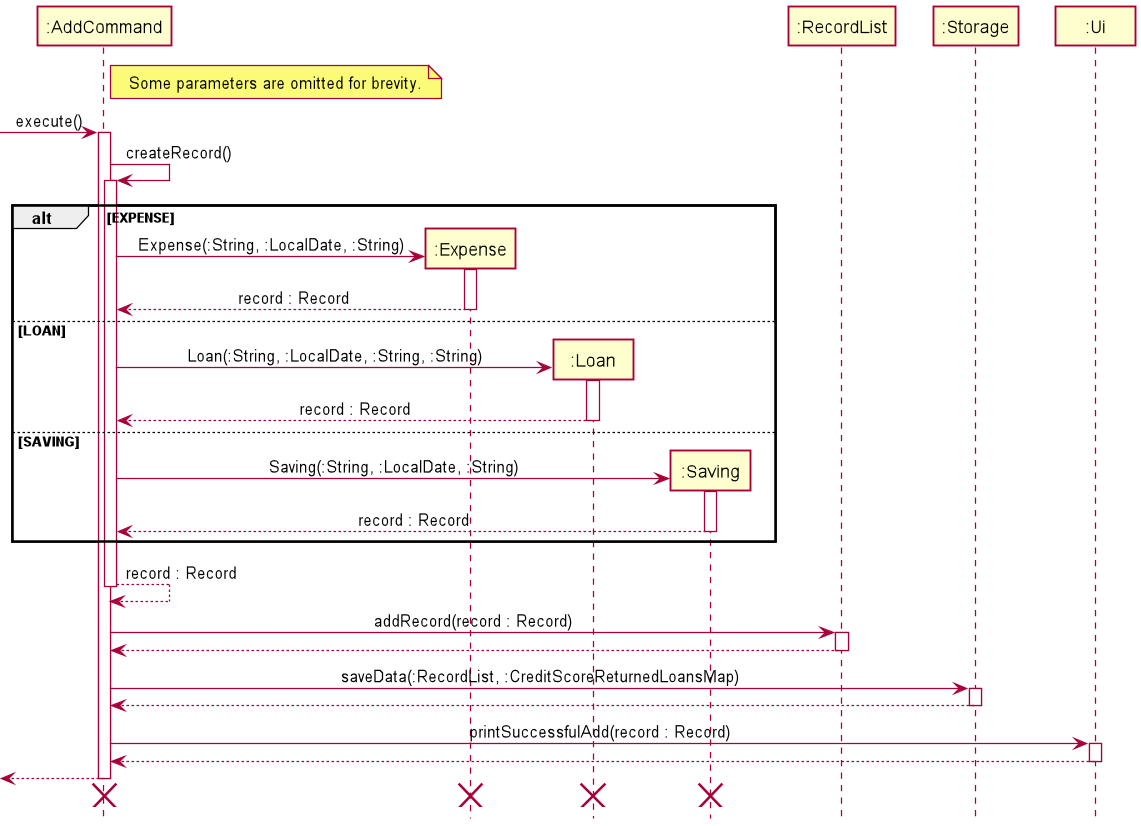
The PlantUML diagram docs/img/AddFeatureSequenceDiagram.png in nus-cs2113-AY2021S2/tp, before a commit. Its diagram source:
```plantuml
@startuml
!include style.puml

Participant ":AddCommand" as AddCommand
Participant ":Expense" as Expense
Participant ":Loan" as Loan
Participant ":Saving" as Saving
Participant ":RecordList" as RecordList
Participant ":Storage" as Storage
Participant ":Ui" as UI

note right of AddCommand
    Some parameters are omitted for brevity.
end note

[-> AddCommand : execute()
activate AddCommand

AddCommand -> AddCommand : createRecord()
activate AddCommand
alt EXPENSE
    create Expense
    AddCommand -> Expense : Expense(:String, :LocalDate, :String)
    activate Expense
    Expense --> AddCommand : record : Record
    deactivate Expense
else LOAN
    create Loan
    AddCommand -> Loan : Loan(:String, :LocalDate, :String, :String)
    activate Loan
    Loan --> AddCommand : record : Record
    deactivate Loan
else SAVING
    create Saving
    AddCommand -> Saving : Saving(:String, :LocalDate, :String)
    activate Saving
    Saving --> AddCommand : record : Record
    deactivate Saving
end
AddCommand --> AddCommand : record : Record
deactivate AddCommand

AddCommand -> RecordList : addRecord(record : Record)
activate RecordList
RecordList --> AddCommand
deactivate RecordList

AddCommand -> Storage : saveData(:RecordList, :CreditScoreReturnedLoansMap)
activate Storage
Storage --> AddCommand
deactivate Storage

AddCommand -> UI : printSuccessfulAdd(record : Record)
activate UI
UI --> AddCommand
deactivate UI

[<-- AddCommand
deactivate AddCommand
[<-[hidden]- AddCommand
destroy AddCommand
destroy Expense
destroy Loan
destroy Saving

@enduml
```
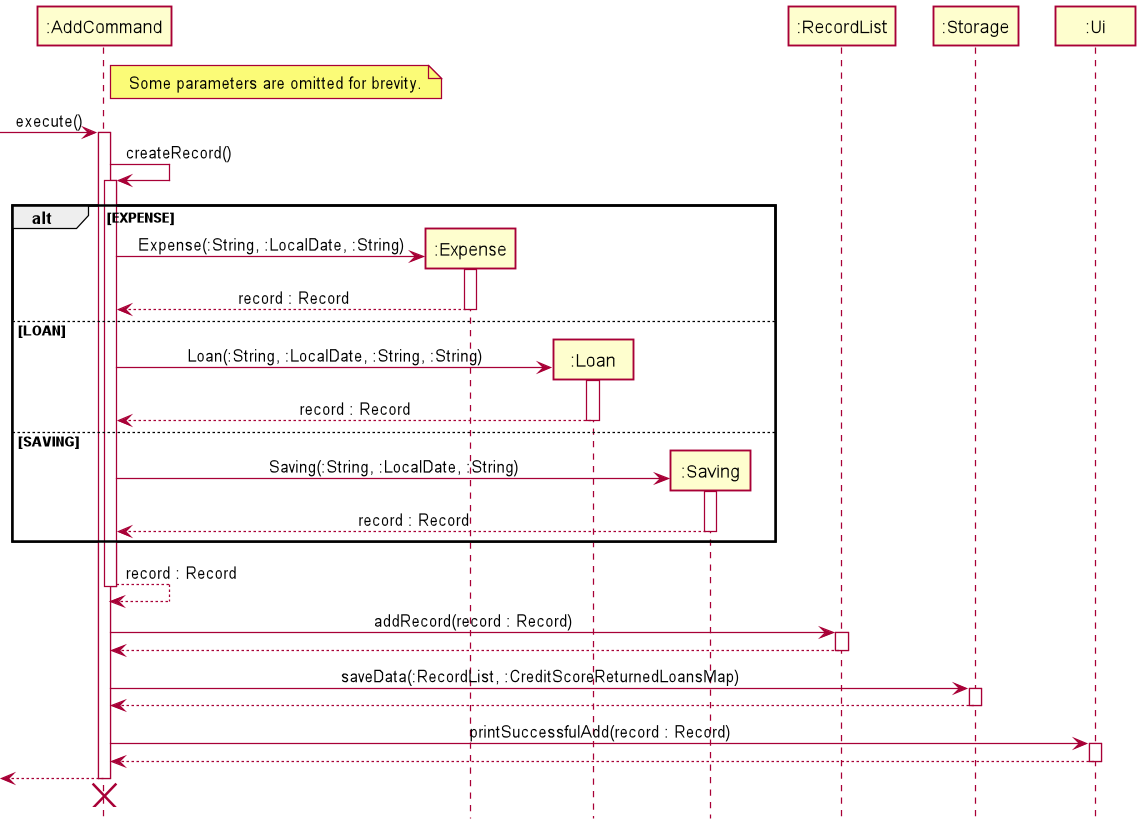
Later version of the same file.

The edit, as a diff of the source:
```diff
@@ -59,8 +59,5 @@
 deactivate AddCommand
 [<-[hidden]- AddCommand
 destroy AddCommand
-destroy Expense
-destroy Loan
-destroy Saving
 
 @enduml
```
